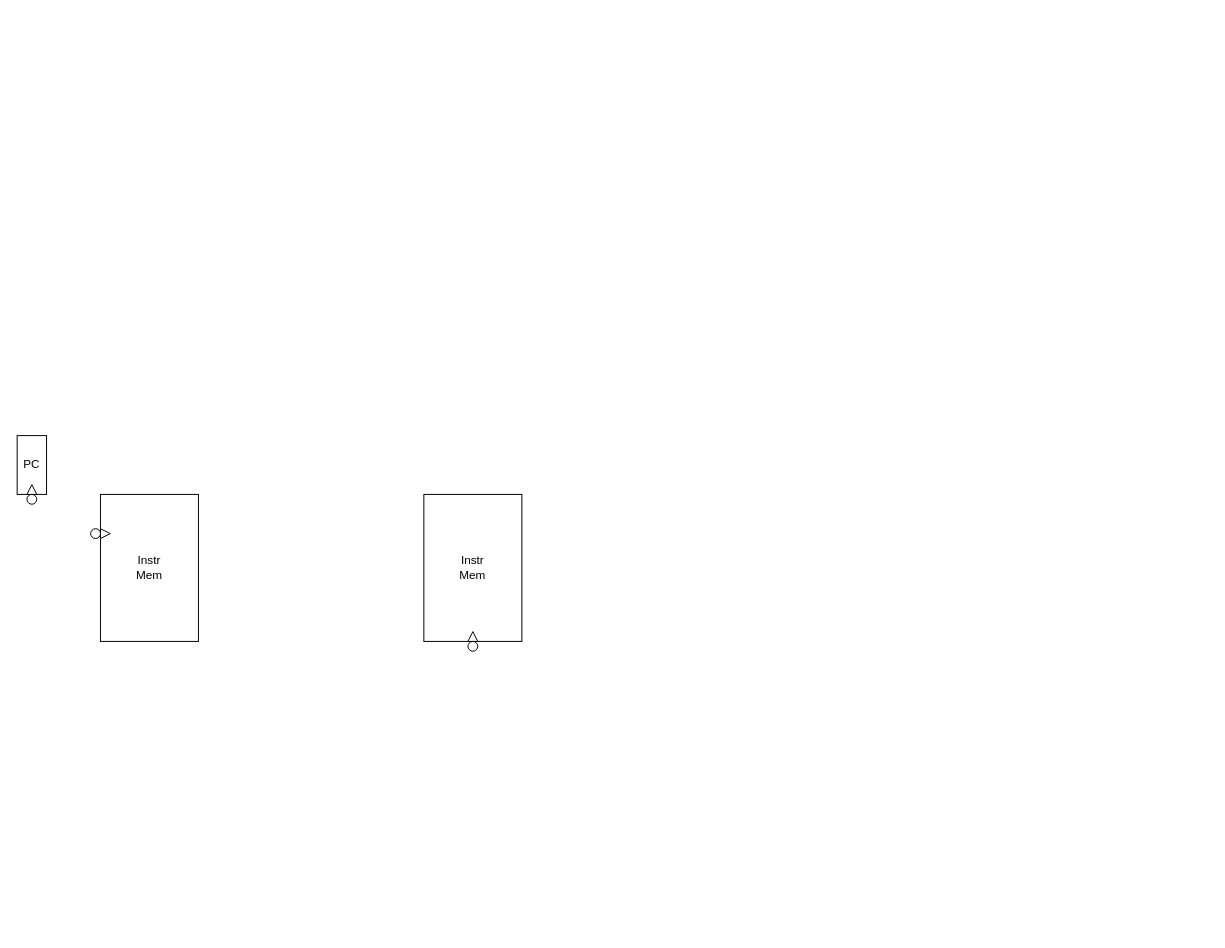
harder-er/LoongArch_learning keeps this draw.io diagram as riscv32-single.drawio. Above is the earlier version. Source tidied: cells renumbered, new cells numbered last; positions are measured from the earlier drawing's top-left corner, leaving out a move shared by most shapes. Both pictures are drawn from the tidied source at 98%, with x=0, y=0 at pixel (17, 435).
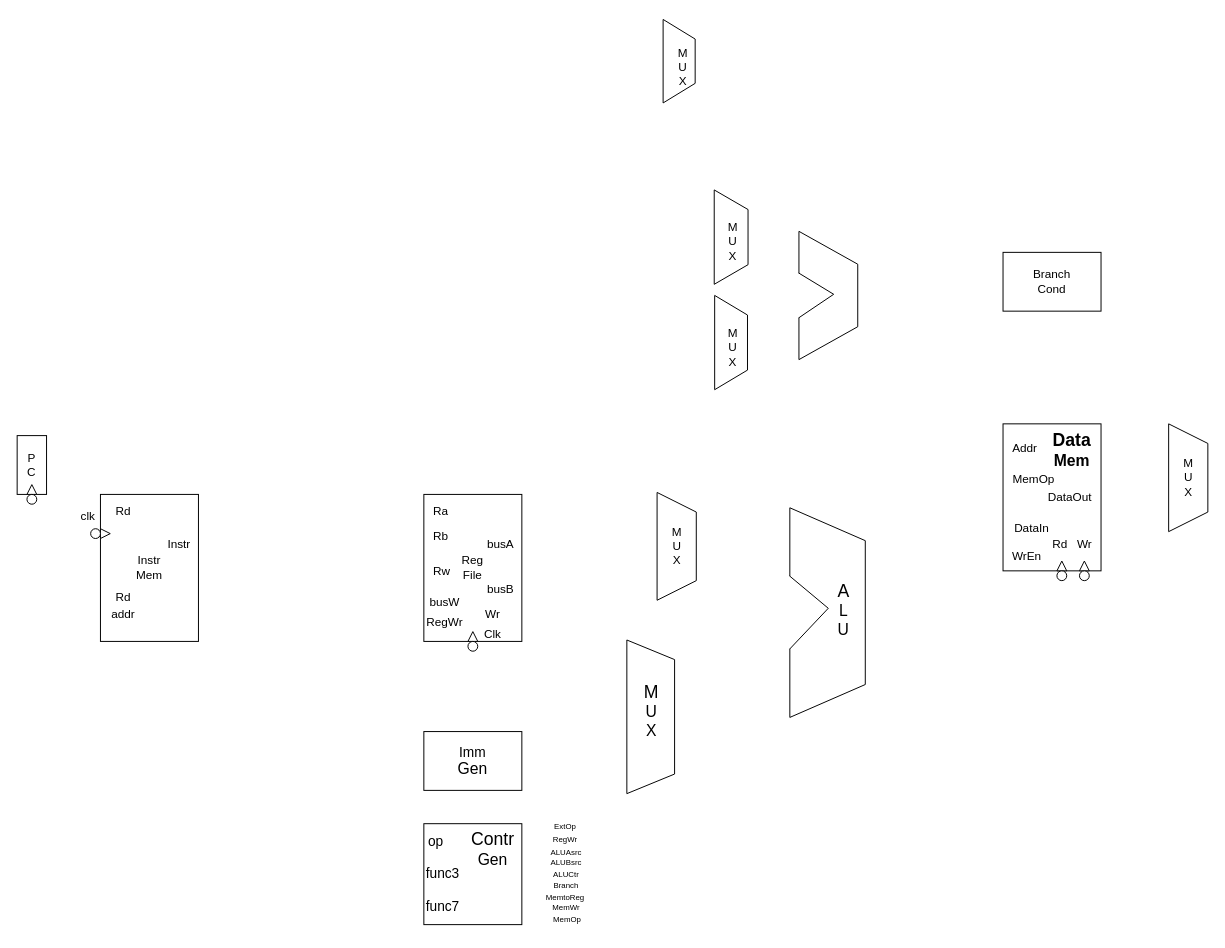
The same page after the edit.

The edit, as a diff of the source:
```diff
@@
-    <mxCell id="2" value="PC" style="html=1;dashed=0;whiteSpace=wrap;" parent="1" vertex="1">
+    <mxCell id="2" value="P&lt;div&gt;C&lt;/div&gt;" style="html=1;dashed=0;whiteSpace=wrap;" parent="1" vertex="1">
       <mxGeometry width="30" height="60" as="geometry" />
     </mxCell>
@@
-    <mxCell id="9" value="Instr&lt;div&gt;Mem&lt;/div&gt;" style="html=1;dashed=0;whiteSpace=wrap;" parent="1" vertex="1">
+    <mxCell id="9" value="Reg&lt;div&gt;File&lt;/div&gt;" style="html=1;dashed=0;whiteSpace=wrap;" parent="1" vertex="1">
       <mxGeometry x="415" y="60" width="100" height="150" as="geometry" />
     </mxCell>
@@
+    <mxCell id="12" value="&lt;font style=&quot;font-size: 14px;&quot;&gt;Imm&lt;/font&gt;&lt;div&gt;&lt;font size=&quot;3&quot;&gt;Gen&lt;/font&gt;&lt;/div&gt;" style="html=1;dashed=0;whiteSpace=wrap;" parent="1" vertex="1">
+      <mxGeometry x="415" y="302" width="100" height="60" as="geometry" />
+    </mxCell>
+    <mxCell id="13" style="html=1;dashed=0;whiteSpace=wrap;" parent="1" vertex="1">
+      <mxGeometry x="415" y="396" width="100" height="103" as="geometry" />
+    </mxCell>
+    <mxCell id="14" style="group;" parent="1" vertex="1">
+      <mxGeometry x="653" y="58" width="40" height="110" as="geometry" />
+    </mxCell>
+    <mxCell id="15" style="shape=trapezoid;perimeter=trapezoidPerimeter;whiteSpace=wrap;html=1;fixedSize=1;size=20;rotation=90;" parent="14" vertex="1">
+      <mxGeometry x="-35" y="35" width="110" height="40" as="geometry" />
+    </mxCell>
+    <mxCell id="16" value="M&lt;div&gt;U&lt;/div&gt;&lt;div&gt;X&lt;/div&gt;" style="text;html=1;align=center;verticalAlign=middle;strokeColor=none;fillColor=none;" parent="14" vertex="1">
+      <mxGeometry x="5" y="25" width="30" height="60" as="geometry" />
+    </mxCell>
+    <mxCell id="17" style="group;" parent="1" vertex="1">
+      <mxGeometry x="773" y="102" width="160.9" height="151" as="geometry" />
+    </mxCell>
+    <mxCell id="18" style="shape=trapezoid;perimeter=trapezoidPerimeter;whiteSpace=wrap;html=1;fixedSize=1;rotation=90;size=33.55172413793116;" parent="17" vertex="1">
+      <mxGeometry x="-53" y="40.1" width="213.9" height="77" as="geometry" />
+    </mxCell>
+    <mxCell id="19" value="&lt;font style=&quot;font-size: 18px;&quot;&gt;A&lt;/font&gt;&lt;div&gt;&lt;font size=&quot;3&quot;&gt;L&lt;/font&gt;&lt;/div&gt;&lt;div&gt;&lt;font size=&quot;3&quot;&gt;U&lt;/font&gt;&lt;/div&gt;" style="text;html=1;align=center;verticalAlign=middle;strokeColor=none;fillColor=none;" parent="17" vertex="1">
+      <mxGeometry x="55" y="39.5" width="30" height="72" as="geometry" />
+    </mxCell>
+    <mxCell id="20" style="rounded=0;whiteSpace=wrap;html=1;strokeColor=#FFFFFF;" parent="17" vertex="1">
+      <mxGeometry y="42" width="20" height="73" as="geometry" />
+    </mxCell>
+    <mxCell id="21" style="endArrow=none;html=1;rounded=0;exitX=0.674;exitY=1.002;exitDx=0;exitDy=0;exitPerimeter=0;" parent="17" edge="1" source="18">
+      <mxGeometry relative="1" as="geometry">
+        <mxPoint x="54.7" y="74.2" as="targetPoint" />
+      </mxGeometry>
+    </mxCell>
+    <mxCell id="22" style="endArrow=none;html=1;rounded=0;exitX=0.325;exitY=1.004;exitDx=0;exitDy=0;exitPerimeter=0;" parent="17" edge="1" source="18">
+      <mxGeometry relative="1" as="geometry">
+        <mxPoint x="54.7" y="74.2" as="targetPoint" />
+        <Array as="points">
+          <mxPoint x="54.7" y="74.2" />
+        </Array>
+      </mxGeometry>
+    </mxCell>
+    <mxCell id="23" style="group;" parent="1" vertex="1">
+      <mxGeometry x="711" y="-141" width="35" height="92" as="geometry" />
+    </mxCell>
+    <mxCell id="24" style="shape=trapezoid;perimeter=trapezoidPerimeter;whiteSpace=wrap;html=1;fixedSize=1;size=20;rotation=90;" parent="23" vertex="1">
+      <mxGeometry x="-30.6" y="29.3" width="96.2" height="33.5" as="geometry" />
+    </mxCell>
+    <mxCell id="25" value="M&lt;div&gt;U&lt;/div&gt;&lt;div&gt;X&lt;/div&gt;" style="text;html=1;align=center;verticalAlign=middle;strokeColor=none;fillColor=none;" parent="23" vertex="1">
+      <mxGeometry x="4.4" y="20.9" width="30" height="60" as="geometry" />
+    </mxCell>
+    <mxCell id="26" style="group;" parent="1" vertex="1">
+      <mxGeometry x="660" y="-427" width="31" height="90" as="geometry" />
+    </mxCell>
+    <mxCell id="27" style="shape=trapezoid;perimeter=trapezoidPerimeter;whiteSpace=wrap;html=1;fixedSize=1;size=20;rotation=90;" parent="26" vertex="1">
+      <mxGeometry x="-27.1" y="28.6" width="85.2" height="32.7" as="geometry" />
+    </mxCell>
+    <mxCell id="28" value="M&lt;div&gt;U&lt;/div&gt;&lt;div&gt;X&lt;/div&gt;" style="text;html=1;align=center;verticalAlign=middle;strokeColor=none;fillColor=none;" parent="26" vertex="1">
+      <mxGeometry x="3.9" y="20.5" width="30" height="60" as="geometry" />
+    </mxCell>
+    <mxCell id="29" style="group;" parent="1" vertex="1">
+      <mxGeometry x="711" y="-250" width="35" height="95" as="geometry" />
+    </mxCell>
+    <mxCell id="30" style="shape=trapezoid;perimeter=trapezoidPerimeter;whiteSpace=wrap;html=1;fixedSize=1;size=20;rotation=90;" parent="29" vertex="1">
+      <mxGeometry x="-30.6" y="30.2" width="96.3" height="34.5" as="geometry" />
+    </mxCell>
+    <mxCell id="31" value="M&lt;div&gt;U&lt;/div&gt;&lt;div&gt;X&lt;/div&gt;" style="text;html=1;align=center;verticalAlign=middle;strokeColor=none;fillColor=none;" parent="29" vertex="1">
+      <mxGeometry x="4.4" y="21.6" width="30" height="60" as="geometry" />
+    </mxCell>
+    <mxCell id="32" style="group;" parent="1" vertex="1">
+      <mxGeometry x="1175" y="-12" width="40" height="110" as="geometry" />
+    </mxCell>
+    <mxCell id="33" style="shape=trapezoid;perimeter=trapezoidPerimeter;whiteSpace=wrap;html=1;fixedSize=1;size=20;rotation=90;" parent="32" vertex="1">
+      <mxGeometry x="-35" y="35" width="110" height="40" as="geometry" />
+    </mxCell>
+    <mxCell id="34" value="M&lt;div&gt;U&lt;/div&gt;&lt;div&gt;X&lt;/div&gt;" style="text;html=1;align=center;verticalAlign=middle;strokeColor=none;fillColor=none;" parent="32" vertex="1">
+      <mxGeometry x="5" y="25" width="30" height="60" as="geometry" />
+    </mxCell>
+    <mxCell id="35" style="group;" parent="1" vertex="1">
+      <mxGeometry x="795" y="-215" width="60" height="144" as="geometry" />
+    </mxCell>
+    <mxCell id="36" style="shape=trapezoid;perimeter=trapezoidPerimeter;whiteSpace=wrap;html=1;fixedSize=1;rotation=90;size=33.55172413793116;" parent="35" vertex="1">
+      <mxGeometry x="-32.7" y="42" width="130.9" height="60" as="geometry" />
+    </mxCell>
+    <mxCell id="37" style="rounded=0;whiteSpace=wrap;html=1;strokeColor=#FFFFFF;" parent="35" vertex="1">
+      <mxGeometry y="50" width="13.9" height="44" as="geometry" />
+    </mxCell>
+    <mxCell id="38" style="endArrow=none;html=1;rounded=0;exitX=0.674;exitY=1.002;exitDx=0;exitDy=0;exitPerimeter=0;" parent="35" edge="1" source="36">
+      <mxGeometry relative="1" as="geometry">
+        <mxPoint x="38.2" y="70.8" as="targetPoint" />
+      </mxGeometry>
+    </mxCell>
+    <mxCell id="39" style="endArrow=none;html=1;rounded=0;exitX=0.325;exitY=1.004;exitDx=0;exitDy=0;exitPerimeter=0;" parent="35" edge="1" source="36">
+      <mxGeometry relative="1" as="geometry">
+        <mxPoint x="38.2" y="70.8" as="targetPoint" />
+        <Array as="points">
+          <mxPoint x="38.2" y="70.8" />
+        </Array>
+      </mxGeometry>
+    </mxCell>
+    <mxCell id="40" style="html=1;dashed=0;whiteSpace=wrap;" parent="1" vertex="1">
+      <mxGeometry x="1006" y="-12" width="100" height="150" as="geometry" />
+    </mxCell>
+    <mxCell id="41" style="triangle;whiteSpace=wrap;html=1;dashed=0;direction=south;rotation=-180;" parent="1" vertex="1">
+      <mxGeometry x="1061" y="128" width="10" height="10" as="geometry" />
+    </mxCell>
+    <mxCell id="42" style="shape=ellipse;html=1;dashed=0;whiteSpace=wrap;perimeter=ellipsePerimeter;rotation=0;" parent="1" vertex="1">
+      <mxGeometry x="1061" y="138" width="10" height="10" as="geometry" />
+    </mxCell>
+    <mxCell id="43" value="Branch&lt;div&gt;Cond&lt;/div&gt;" style="html=1;dashed=0;whiteSpace=wrap;" parent="1" vertex="1">
+      <mxGeometry x="1006" y="-187" width="100" height="60" as="geometry" />
+    </mxCell>
+    <mxCell id="44" style="group;" parent="1" vertex="1">
+      <mxGeometry x="618" y="220" width="57" height="134" as="geometry" />
+    </mxCell>
+    <mxCell id="45" style="shape=trapezoid;perimeter=trapezoidPerimeter;whiteSpace=wrap;html=1;fixedSize=1;size=20;rotation=90;" parent="44" vertex="1">
+      <mxGeometry x="-49.9" y="42.6" width="156.8" height="48.7" as="geometry" />
+    </mxCell>
+    <mxCell id="46" value="&lt;font style=&quot;font-size: 18px;&quot;&gt;M&lt;/font&gt;&lt;div&gt;&lt;font size=&quot;3&quot;&gt;U&lt;/font&gt;&lt;/div&gt;&lt;div&gt;&lt;font size=&quot;3&quot;&gt;X&lt;/font&gt;&lt;/div&gt;" style="text;html=1;align=center;verticalAlign=middle;strokeColor=none;fillColor=none;" parent="44" vertex="1">
+      <mxGeometry x="12.5" y="25.4" width="33" height="72" as="geometry" />
+    </mxCell>
+    <mxCell id="47" value="Addr" style="text;html=1;align=center;verticalAlign=middle;strokeColor=none;fillColor=none;" parent="1" vertex="1">
+      <mxGeometry x="1006" width="43" height="26" as="geometry" />
+    </mxCell>
+    <mxCell id="48" value="&lt;span style=&quot;text-wrap-mode: wrap;&quot;&gt;&lt;font style=&quot;font-size: 18px;&quot;&gt;&lt;b style=&quot;&quot;&gt;Data&lt;/b&gt;&lt;/font&gt;&lt;/span&gt;&lt;div style=&quot;text-wrap-mode: wrap;&quot;&gt;&lt;font size=&quot;3&quot;&gt;&lt;b&gt;Mem&lt;/b&gt;&lt;/font&gt;&lt;/div&gt;" style="text;html=1;align=center;verticalAlign=middle;strokeColor=none;fillColor=none;" parent="1" vertex="1">
+      <mxGeometry x="1047" y="-12" width="57" height="53" as="geometry" />
+    </mxCell>
+    <mxCell id="49" value="MemOp" style="text;html=1;align=center;verticalAlign=middle;strokeColor=none;fillColor=none;" parent="1" vertex="1">
+      <mxGeometry x="1006" y="32" width="61" height="26" as="geometry" />
+    </mxCell>
+    <mxCell id="50" value="DataIn" style="text;html=1;align=center;verticalAlign=middle;strokeColor=none;fillColor=none;" parent="1" vertex="1">
+      <mxGeometry x="1008" y="82" width="53" height="26" as="geometry" />
+    </mxCell>
+    <mxCell id="51" value="WrEn" style="text;html=1;align=center;verticalAlign=middle;strokeColor=none;fillColor=none;" parent="1" vertex="1">
+      <mxGeometry x="1006" y="110" width="48" height="26" as="geometry" />
+    </mxCell>
+    <mxCell id="52" value="DataOut" style="text;html=1;align=center;verticalAlign=middle;strokeColor=none;fillColor=none;" parent="1" vertex="1">
+      <mxGeometry x="1042" y="50" width="63" height="26" as="geometry" />
+    </mxCell>
+    <mxCell id="53" style="triangle;whiteSpace=wrap;html=1;dashed=0;direction=south;rotation=-180;" parent="1" vertex="1">
+      <mxGeometry x="1084" y="128" width="10" height="10" as="geometry" />
+    </mxCell>
+    <mxCell id="54" style="shape=ellipse;html=1;dashed=0;whiteSpace=wrap;perimeter=ellipsePerimeter;rotation=0;" parent="1" vertex="1">
+      <mxGeometry x="1084" y="138" width="10" height="10" as="geometry" />
+    </mxCell>
+    <mxCell id="55" value="Rd" style="text;html=1;align=center;verticalAlign=middle;strokeColor=none;fillColor=none;" parent="1" vertex="1">
+      <mxGeometry x="1047" y="98" width="33" height="26" as="geometry" />
+    </mxCell>
+    <mxCell id="56" value="Wr" style="text;html=1;align=center;verticalAlign=middle;strokeColor=none;fillColor=none;" parent="1" vertex="1">
+      <mxGeometry x="1072.5" y="98" width="33" height="26" as="geometry" />
+    </mxCell>
+    <mxCell id="57" value="Rd" style="text;html=1;align=center;verticalAlign=middle;strokeColor=none;fillColor=none;" parent="1" vertex="1">
+      <mxGeometry x="91" y="64" width="33" height="26" as="geometry" />
+    </mxCell>
+    <mxCell id="58" value="clk" style="text;html=1;align=center;verticalAlign=middle;strokeColor=none;fillColor=none;" parent="1" vertex="1">
+      <mxGeometry x="55" y="70" width="33" height="26" as="geometry" />
+    </mxCell>
+    <mxCell id="59" value="Rd" style="text;html=1;align=center;verticalAlign=middle;strokeColor=none;fillColor=none;" parent="1" vertex="1">
+      <mxGeometry x="91" y="152" width="33" height="26" as="geometry" />
+    </mxCell>
+    <mxCell id="60" value="addr" style="text;html=1;align=center;verticalAlign=middle;strokeColor=none;fillColor=none;" parent="1" vertex="1">
+      <mxGeometry x="87" y="170" width="42" height="26" as="geometry" />
+    </mxCell>
+    <mxCell id="61" value="Instr" style="text;html=1;align=center;verticalAlign=middle;strokeColor=none;fillColor=none;" parent="1" vertex="1">
+      <mxGeometry x="144" y="98" width="41" height="26" as="geometry" />
+    </mxCell>
+    <mxCell id="62" value="Ra" style="text;html=1;align=center;verticalAlign=middle;strokeColor=none;fillColor=none;" parent="1" vertex="1">
+      <mxGeometry x="415" y="64" width="33" height="26" as="geometry" />
+    </mxCell>
+    <mxCell id="63" value="Rb" style="text;html=1;align=center;verticalAlign=middle;strokeColor=none;fillColor=none;" parent="1" vertex="1">
+      <mxGeometry x="415" y="90" width="33" height="26" as="geometry" />
+    </mxCell>
+    <mxCell id="64" value="Rw" style="text;html=1;align=center;verticalAlign=middle;strokeColor=none;fillColor=none;" parent="1" vertex="1">
+      <mxGeometry x="415" y="126" width="35" height="26" as="geometry" />
+    </mxCell>
+    <mxCell id="65" value="busW" style="text;html=1;align=center;verticalAlign=middle;strokeColor=none;fillColor=none;" parent="1" vertex="1">
+      <mxGeometry x="411" y="157" width="49" height="26" as="geometry" />
+    </mxCell>
+    <mxCell id="66" value="RegWr" style="text;html=1;align=center;verticalAlign=middle;strokeColor=none;fillColor=none;" parent="1" vertex="1">
+      <mxGeometry x="408" y="178" width="55" height="26" as="geometry" />
+    </mxCell>
+    <mxCell id="67" value="Wr" style="text;html=1;align=center;verticalAlign=middle;strokeColor=none;fillColor=none;" parent="1" vertex="1">
+      <mxGeometry x="468" y="170" width="33" height="26" as="geometry" />
+    </mxCell>
+    <mxCell id="68" value="Clk" style="text;html=1;align=center;verticalAlign=middle;strokeColor=none;fillColor=none;" parent="1" vertex="1">
+      <mxGeometry x="467" y="190" width="35" height="26" as="geometry" />
+    </mxCell>
+    <mxCell id="69" value="busB" style="text;html=1;align=center;verticalAlign=middle;strokeColor=none;fillColor=none;" parent="1" vertex="1">
+      <mxGeometry x="470" y="144" width="45" height="26" as="geometry" />
+    </mxCell>
+    <mxCell id="70" value="busA" style="text;html=1;align=center;verticalAlign=middle;strokeColor=none;fillColor=none;" parent="1" vertex="1">
+      <mxGeometry x="470" y="98" width="45" height="26" as="geometry" />
+    </mxCell>
+    <mxCell id="71" value="&lt;font style=&quot;font-size: 14px;&quot;&gt;op&lt;/font&gt;" style="text;html=1;align=center;verticalAlign=middle;strokeColor=none;fillColor=none;" parent="1" vertex="1">
+      <mxGeometry x="410" y="399" width="34" height="29" as="geometry" />
+    </mxCell>
+    <mxCell id="72" value="&lt;font style=&quot;font-size: 14px;&quot;&gt;func3&lt;/font&gt;" style="text;html=1;align=center;verticalAlign=middle;strokeColor=none;fillColor=none;" parent="1" vertex="1">
+      <mxGeometry x="408" y="432.5" width="52" height="29" as="geometry" />
+    </mxCell>
+    <mxCell id="73" value="&lt;font style=&quot;font-size: 14px;&quot;&gt;func7&lt;/font&gt;" style="text;html=1;align=center;verticalAlign=middle;strokeColor=none;fillColor=none;" parent="1" vertex="1">
+      <mxGeometry x="408" y="466.5" width="52" height="29" as="geometry" />
+    </mxCell>
+    <mxCell id="74" value="&lt;font style=&quot;font-size: 8px;&quot;&gt;ExtOp&lt;/font&gt;" style="text;html=1;align=center;verticalAlign=middle;strokeColor=none;fillColor=none;" parent="1" vertex="1">
+      <mxGeometry x="539" y="385" width="40" height="26" as="geometry" />
+    </mxCell>
+    <mxCell id="75" value="&lt;font style=&quot;font-size: 8px;&quot;&gt;RegWr&lt;/font&gt;" style="text;html=1;align=center;verticalAlign=middle;strokeColor=none;fillColor=none;" parent="1" vertex="1">
+      <mxGeometry x="537.5" y="398" width="43" height="26" as="geometry" />
+    </mxCell>
+    <mxCell id="76" value="&lt;font style=&quot;font-size: 8px;&quot;&gt;ALUAsrc&lt;/font&gt;" style="text;html=1;align=center;verticalAlign=middle;strokeColor=none;fillColor=none;" parent="1" vertex="1">
+      <mxGeometry x="534.5" y="411" width="50" height="26" as="geometry" />
+    </mxCell>
+    <mxCell id="77" value="&lt;font style=&quot;font-size: 8px;&quot;&gt;ALUBsrc&lt;/font&gt;" style="text;html=1;align=center;verticalAlign=middle;strokeColor=none;fillColor=none;" parent="1" vertex="1">
+      <mxGeometry x="534.5" y="422" width="50" height="26" as="geometry" />
+    </mxCell>
+    <mxCell id="78" value="&lt;font style=&quot;font-size: 8px;&quot;&gt;ALUCtr&lt;/font&gt;" style="text;html=1;align=center;verticalAlign=middle;strokeColor=none;fillColor=none;" parent="1" vertex="1">
+      <mxGeometry x="537.5" y="434" width="44" height="26" as="geometry" />
+    </mxCell>
+    <mxCell id="79" value="&lt;font style=&quot;font-size: 8px;&quot;&gt;Branch&lt;/font&gt;" style="text;html=1;align=center;verticalAlign=middle;strokeColor=none;fillColor=none;" parent="1" vertex="1">
+      <mxGeometry x="538" y="445" width="43" height="26" as="geometry" />
+    </mxCell>
+    <mxCell id="80" value="&lt;font style=&quot;font-size: 8px;&quot;&gt;MemtoReg&lt;/font&gt;" style="text;html=1;align=center;verticalAlign=middle;strokeColor=none;fillColor=none;" parent="1" vertex="1">
+      <mxGeometry x="530.5" y="457" width="57" height="26" as="geometry" />
+    </mxCell>
+    <mxCell id="81" value="&lt;font style=&quot;font-size: 8px;&quot;&gt;MemWr&lt;/font&gt;" style="text;html=1;align=center;verticalAlign=middle;strokeColor=none;fillColor=none;" parent="1" vertex="1">
+      <mxGeometry x="537" y="468" width="46" height="26" as="geometry" />
+    </mxCell>
+    <mxCell id="82" value="&lt;font style=&quot;font-size: 8px;&quot;&gt;MemOp&lt;/font&gt;" style="text;html=1;align=center;verticalAlign=middle;strokeColor=none;fillColor=none;" parent="1" vertex="1">
+      <mxGeometry x="538" y="480" width="46" height="26" as="geometry" />
+    </mxCell>
+    <mxCell id="83" value="&lt;font style=&quot;text-wrap-mode: wrap; font-size: 18px;&quot;&gt;Contr&lt;/font&gt;&lt;div style=&quot;text-wrap-mode: wrap;&quot;&gt;&lt;font size=&quot;3&quot;&gt;Gen&lt;/font&gt;&lt;/div&gt;" style="text;html=1;align=center;verticalAlign=middle;strokeColor=none;fillColor=none;" parent="1" vertex="1">
+      <mxGeometry x="453.5" y="395" width="62" height="53" as="geometry" />
+    </mxCell>
```
